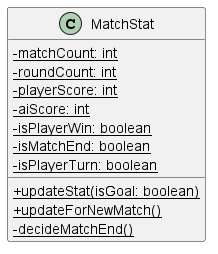
Above: docs/diagrams/MatchStatClassDiagram.png in runxinghuan/tp (PlantUML), before the change.
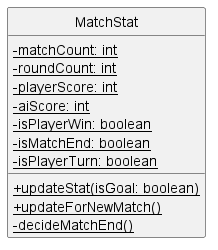
The same diagram one commit later.

The edit, as a diff of the source:
```diff
@@ -1,6 +1,6 @@
 @startuml
 
-skinparam classAttributeIconSize 0
+!include Style.puml
 
 class MatchStat {
 - {static} matchCount: int
```
